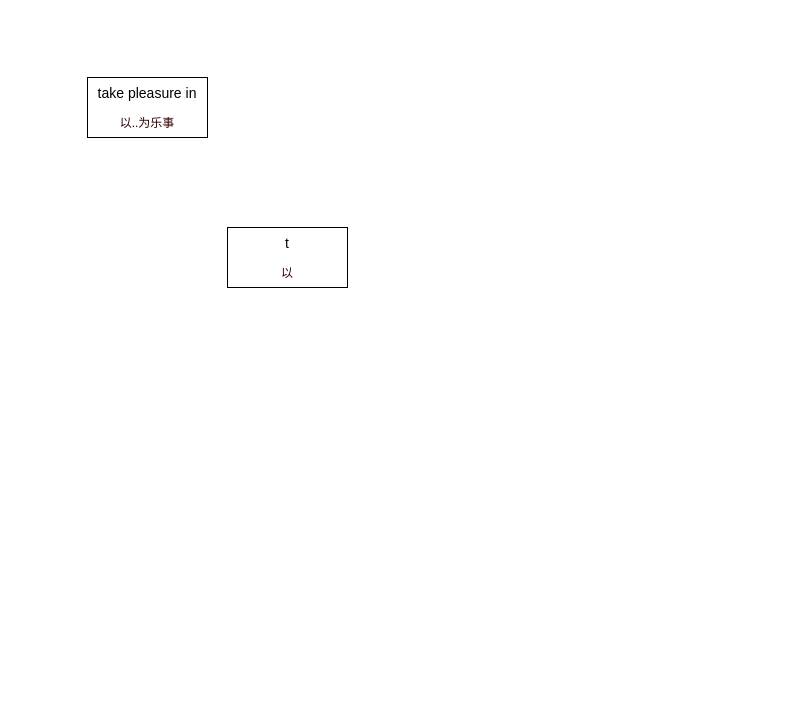
Earlier version of the draw.io diagram ocean.drawio (banBlue/drawio). Source tidied: cells renumbered, new cells numbered last; positions are measured from the earlier drawing's top-left corner, leaving out a move shared by most shapes. Both pictures are drawn from the tidied source at 100%, with x=0, y=0 at pixel (87, 77).
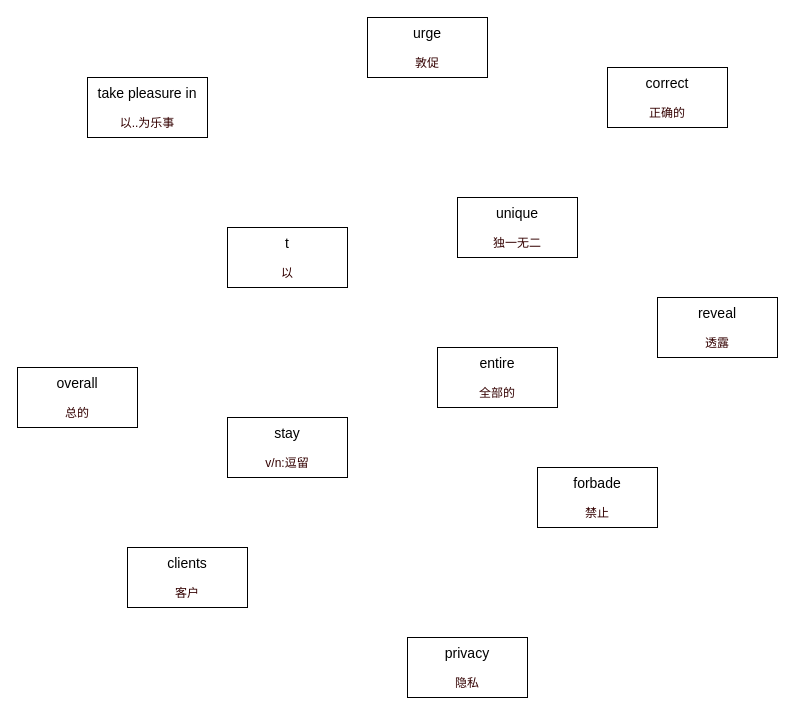
The same diagram, later.

What changed in the source:
```diff
@@
 <mxGraphModel>
   <root>
     <mxCell id="0" />
     <mxCell id="1" parent="0" />
     <mxCell id="2" value="&lt;font style=&quot;font-size: 14px&quot;&gt;take pleasure in&lt;br&gt;&lt;/font&gt;&lt;br&gt;&lt;font color=&quot;#330000&quot;&gt;以..为乐事&lt;/font&gt;" style="rounded=0;whiteSpace=wrap;html=1;" parent="1" vertex="1">
       <mxGeometry width="120" height="60" as="geometry" />
     </mxCell>
     <mxCell id="3" value="&lt;font style=&quot;font-size: 14px&quot;&gt;t&lt;br&gt;&lt;/font&gt;&lt;br&gt;&lt;font color=&quot;#330000&quot;&gt;以&lt;/font&gt;" style="rounded=0;whiteSpace=wrap;html=1;" parent="1" vertex="1">
       <mxGeometry x="140" y="150" width="120" height="60" as="geometry" />
     </mxCell>
+    <mxCell id="4" value="&lt;font style=&quot;font-size: 14px&quot;&gt;overall&lt;br&gt;&lt;/font&gt;&lt;br&gt;&lt;font color=&quot;#330000&quot;&gt;总的&lt;/font&gt;" style="rounded=0;whiteSpace=wrap;html=1;" parent="1" vertex="1">
+      <mxGeometry x="-70" y="290" width="120" height="60" as="geometry" />
+    </mxCell>
+    <mxCell id="5" value="&lt;font style=&quot;font-size: 14px&quot;&gt;stay&lt;br&gt;&lt;/font&gt;&lt;br&gt;&lt;font color=&quot;#330000&quot;&gt;v/n:逗留&lt;/font&gt;" style="rounded=0;whiteSpace=wrap;html=1;" parent="1" vertex="1">
+      <mxGeometry x="140" y="340" width="120" height="60" as="geometry" />
+    </mxCell>
+    <mxCell id="6" value="&lt;font style=&quot;font-size: 14px&quot;&gt;entire&lt;br&gt;&lt;/font&gt;&lt;br&gt;&lt;font color=&quot;#330000&quot;&gt;全部的&lt;/font&gt;" style="rounded=0;whiteSpace=wrap;html=1;" parent="1" vertex="1">
+      <mxGeometry x="350" y="270" width="120" height="60" as="geometry" />
+    </mxCell>
+    <mxCell id="7" value="&lt;font style=&quot;font-size: 14px&quot;&gt;correct&lt;br&gt;&lt;/font&gt;&lt;br&gt;&lt;font color=&quot;#330000&quot;&gt;正确的&lt;/font&gt;" style="rounded=0;whiteSpace=wrap;html=1;" parent="1" vertex="1">
+      <mxGeometry x="520" y="-10" width="120" height="60" as="geometry" />
+    </mxCell>
+    <mxCell id="8" value="&lt;font style=&quot;font-size: 14px&quot;&gt;unique&lt;br&gt;&lt;/font&gt;&lt;br&gt;&lt;font color=&quot;#330000&quot;&gt;独一无二&lt;/font&gt;" style="rounded=0;whiteSpace=wrap;html=1;" parent="1" vertex="1">
+      <mxGeometry x="370" y="120" width="120" height="60" as="geometry" />
+    </mxCell>
+    <mxCell id="9" value="&lt;font style=&quot;font-size: 14px&quot;&gt;forbade&lt;br&gt;&lt;/font&gt;&lt;br&gt;&lt;font color=&quot;#330000&quot;&gt;禁止&lt;/font&gt;" style="rounded=0;whiteSpace=wrap;html=1;" parent="1" vertex="1">
+      <mxGeometry x="450" y="390" width="120" height="60" as="geometry" />
+    </mxCell>
+    <mxCell id="10" value="&lt;font style=&quot;font-size: 14px&quot;&gt;reveal&lt;br&gt;&lt;/font&gt;&lt;br&gt;&lt;font color=&quot;#330000&quot;&gt;透露&lt;/font&gt;" style="rounded=0;whiteSpace=wrap;html=1;" parent="1" vertex="1">
+      <mxGeometry x="570" y="220" width="120" height="60" as="geometry" />
+    </mxCell>
+    <mxCell id="11" value="&lt;font style=&quot;font-size: 14px&quot;&gt;clients&lt;br&gt;&lt;/font&gt;&lt;br&gt;&lt;font color=&quot;#330000&quot;&gt;客户&lt;/font&gt;" style="rounded=0;whiteSpace=wrap;html=1;" parent="1" vertex="1">
+      <mxGeometry x="40" y="470" width="120" height="60" as="geometry" />
+    </mxCell>
+    <mxCell id="12" value="&lt;font style=&quot;font-size: 14px&quot;&gt;privacy&lt;br&gt;&lt;/font&gt;&lt;br&gt;&lt;font color=&quot;#330000&quot;&gt;隐私&lt;/font&gt;" style="rounded=0;whiteSpace=wrap;html=1;" parent="1" vertex="1">
+      <mxGeometry x="320" y="560" width="120" height="60" as="geometry" />
+    </mxCell>
+    <mxCell id="13" value="&lt;font style=&quot;font-size: 14px&quot;&gt;urge&lt;br&gt;&lt;/font&gt;&lt;br&gt;&lt;font color=&quot;#330000&quot;&gt;敦促&lt;/font&gt;" style="rounded=0;whiteSpace=wrap;html=1;" parent="1" vertex="1">
+      <mxGeometry x="280" y="-60" width="120" height="60" as="geometry" />
+    </mxCell>
   </root>
 </mxGraphModel>
```
